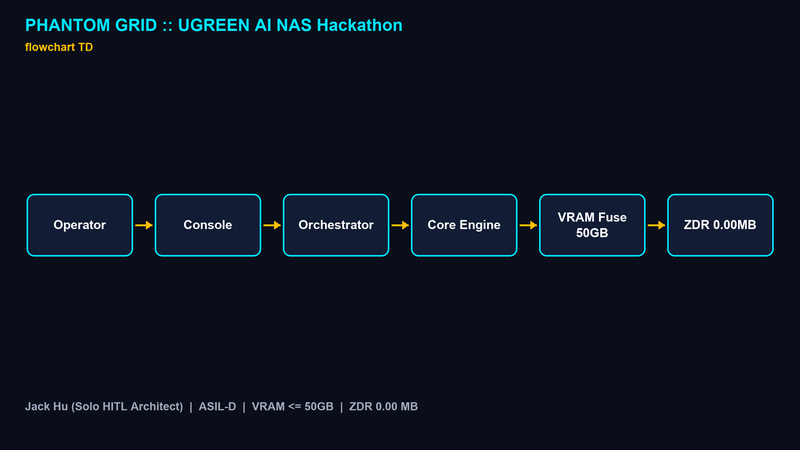
The Mermaid diagram 01_Specs/diagrams/01_system_topology.png in jackhu24-ship-it/phantom-grid-ugreen-ai-nas, before a commit. Its source is kept beside it as 01_Specs/01_system_topology.mmd. Source of this version:
```mermaid
flowchart TD
    Op["Operator / Judge"] --> UI["UGREEN AI NAS Hackathon Console"]
    UI --> Orch["Dual-Track Orchestrator (ASIL-D)"]
    Orch --> Core["Core Engine (Track B)"]
    Orch --> Guard["50GB VRAM Fuse + Policy Gate"]
    Core --> Out["Verified Result"]
    Guard --> ZDR["ZDR Wipe 0xAA -> 0x00 (0.00 MB)"]
    Out --> ZDR
```
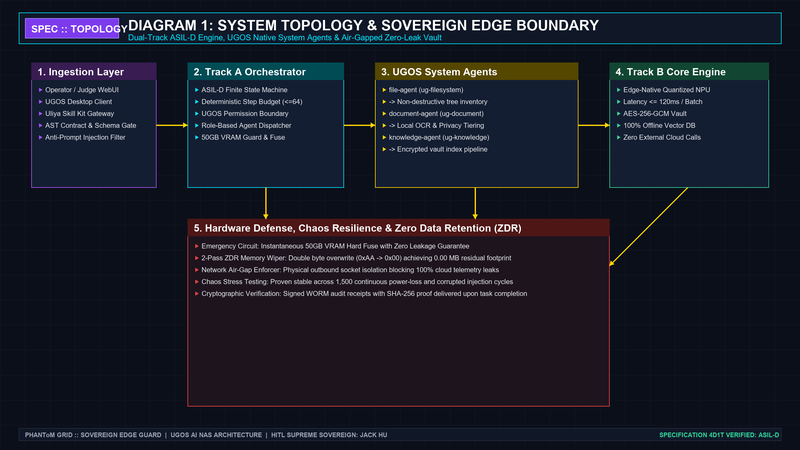
Above is the later version.

Change to the diagram source:
```diff
@@ -1,8 +1,30 @@
 flowchart TD
-    Op["Operator / Judge"] --> UI["UGREEN AI NAS Hackathon Console"]
-    UI --> Orch["Dual-Track Orchestrator (ASIL-D)"]
-    Orch --> Core["Core Engine (Track B)"]
-    Orch --> Guard["50GB VRAM Fuse + Policy Gate"]
-    Core --> Out["Verified Result"]
-    Guard --> ZDR["ZDR Wipe 0xAA -> 0x00 (0.00 MB)"]
-    Out --> ZDR
+    subgraph ClientLayer["1. Client and Ingestion Layer"]
+        Op["Operator / Auditor"] --> UI["UGREEN UGOS WebUI and Desktop App"]
+        UI --> Gate["AST Contract and Schema Gate (Anti-Injection)"]
+    end
+
+    subgraph TrackA["2. Track A: ASIL-D Orchestration State Machine"]
+        Gate --> Orch["Orchestrator Lifecycle Manager"]
+        Orch --> Policy["UGOS Permission and Sandbox Policy Enforcer"]
+        Orch --> Watchdog["50GB VRAM Hard Fuse and Loop Watchdog"]
+    end
+
+    subgraph SystemAgents["3. UGOS Native System Agents"]
+        Policy --> FA["file-agent (ug-filesystem: Non-Destructive Scan)"]
+        FA --> DA["document-agent (ug-document: Local OCR and Privacy Tiering)"]
+        DA --> KA["knowledge-agent (ug-knowledge: Encrypted Local Index)"]
+    end
+
+    subgraph TrackB["4. Track B: Edge-Native High-Throughput Engine"]
+        DA --> NPU["Local NPU Embedding Engine (120ms / Batch)"]
+        NPU --> Vault["AES-256-GCM Sovereign Knowledge Vault"]
+        KA --> Vault
+    end
+
+    subgraph DefenseLayer["5. Defense and Zero-Residual Wipe (ZDR)"]
+        Watchdog --> EStop["Emergency Stop Circuit"]
+        Vault --> ZDR["2-Pass ZDR Memory Wiper (0xAA -> 0x00 = 0.00 MB)"]
+        EStop --> ZDR
+        ZDR --> Receipt["WORM Audit Cryptographic Receipt (Zero Cloud Leak)"]
+    end
```
